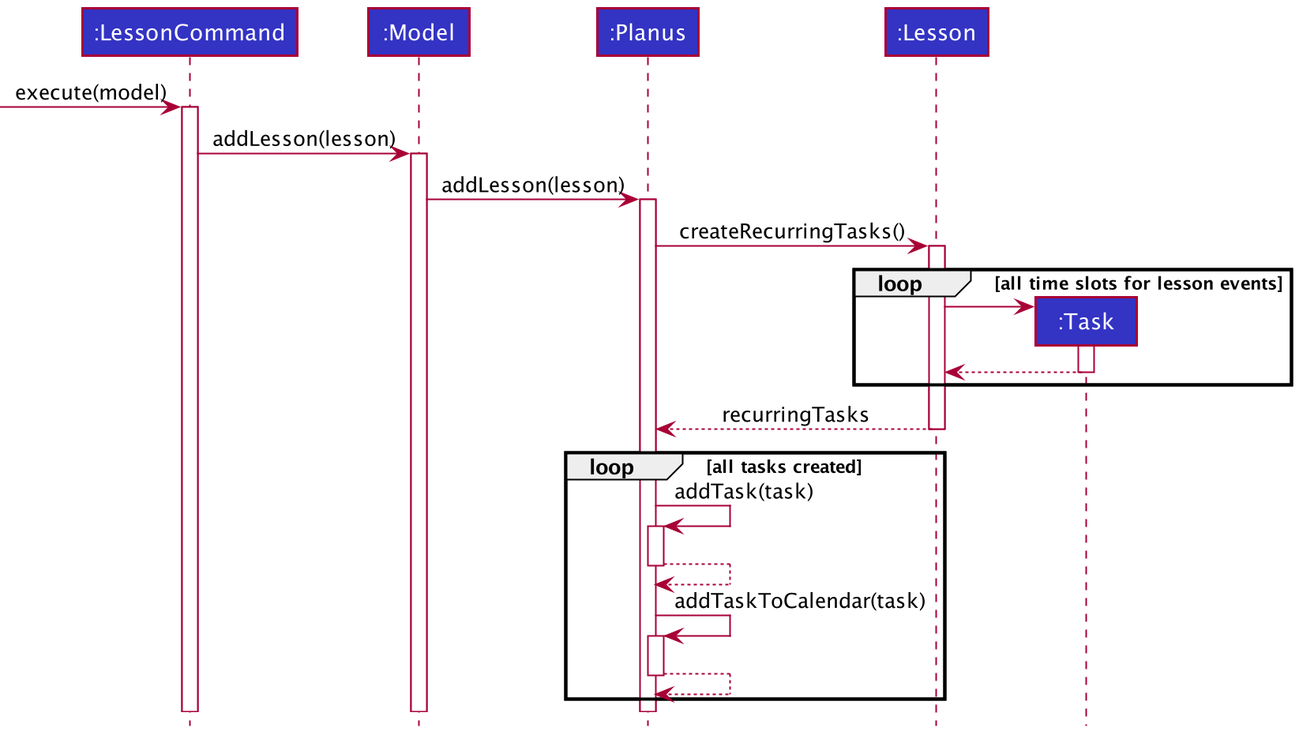
The PlantUML diagram docs/images/AddLessonSequenceDiagram.png in nus-cs2103-AY2021S1/tp, before a commit. The source it was exported from:
```plantuml
@startuml
autoactivate on
!include ./style.puml

Participant ":LessonCommand" as lc LOGIC_COLOR
Participant ":Model" as model LOGIC_COLOR
Participant ":Planus" as planus LOGIC_COLOR
Participant ":Lesson" as lesson LOGIC_COLOR
Participant ":Task" as task LOGIC_COLOR

[-> lc: execute(model)
lc -> model: addLesson(lesson)
model -> planus: addLesson(lesson)
planus -> lesson: createRecurringTasks()
loop all time slots for lesson events
create task
lesson -> task
task --> lesson
end
lesson --> planus: recurringTasks
loop all tasks created
planus -> planus: addTask(task)
return
planus -> planus: addTaskToCalendar(task)
return
end

@enduml
```
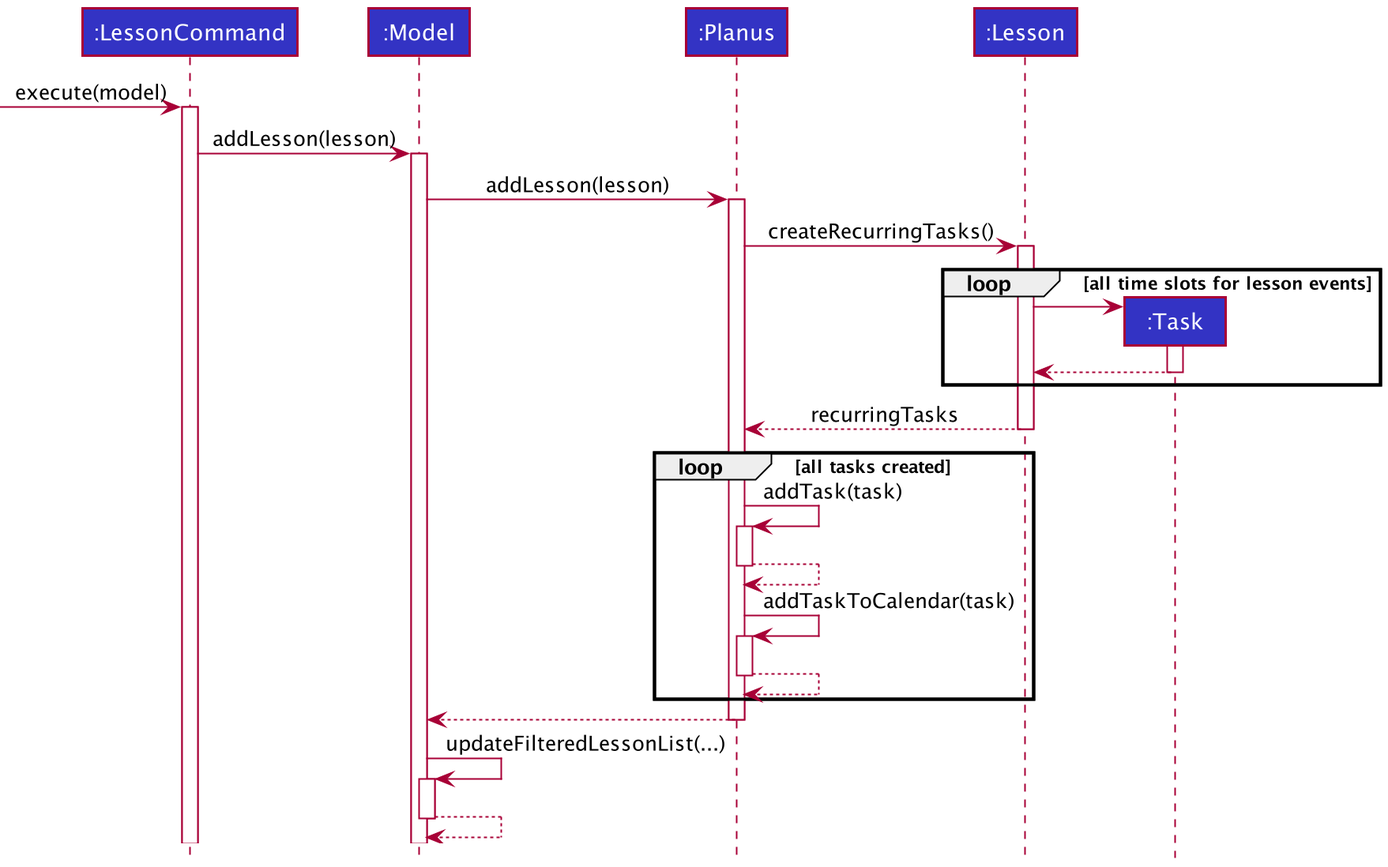
Above is the later version.

Change to the diagram source:
```diff
@@ -24,5 +24,8 @@
 planus -> planus: addTaskToCalendar(task)
 return
 end
+return
+model -> model: updateFilteredLessonList(...)
+return
 
 @enduml
```
